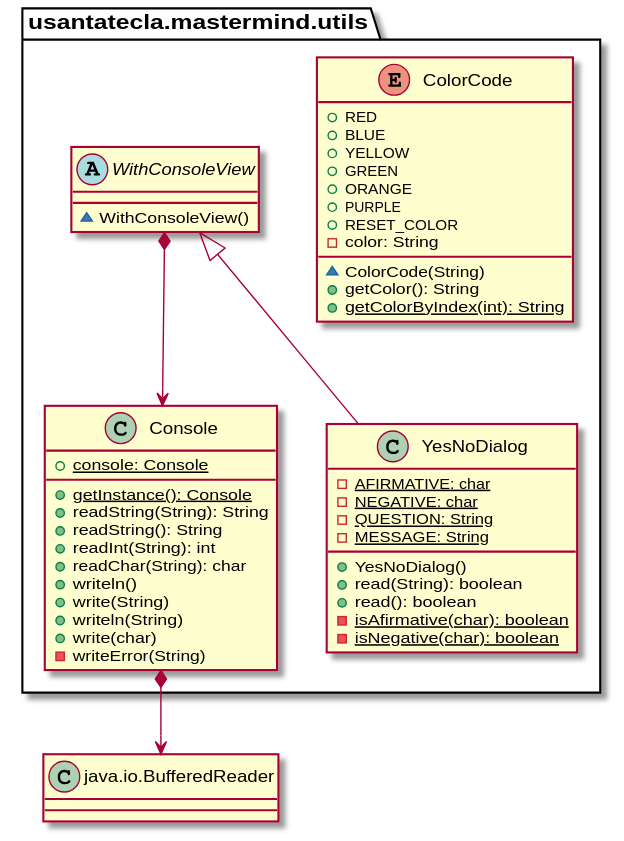
SantaTecla-mastermind/solution.java.swing.socket.sql keeps this PlantUML diagram as documentView/withFactoryMethod/docs/diagrams/out/paquetes/usantatecla.mastermind.utils.svg. Above is the earlier version. Its diagram source:
```plantuml
@startuml
class BufferedReader as "java.io.BufferedReader"{}

enum usantatecla.mastermind.utils.ColorCode{
+ RED
+ BLUE
+ YELLOW
+ GREEN
+ ORANGE
+ PURPLE
+ RESET_COLOR
- color: String
~ ColorCode(String)
+ getColor(): String
+ {static} getColorByIndex(int): String
}

class  usantatecla.mastermind.utils.Console{
+ {static} console: Console
+ {static} getInstance(): Console
+ readString(String): String
+ readString(): String
+ readInt(String): int
+ readChar(String): char
+ writeln()
+ write(String)
+ writeln(String)
+ write(char)
- writeError(String)
}
usantatecla.mastermind.utils.Console *-down-> BufferedReader

abstract class usantatecla.mastermind.utils.WithConsoleView{
~ WithConsoleView()
}
usantatecla.mastermind.utils.WithConsoleView *-down-> usantatecla.mastermind.utils.Console

class  usantatecla.mastermind.utils.YesNoDialog{
- {static} AFIRMATIVE: char
- {static} NEGATIVE: char
- {static} QUESTION: String
- {static} MESSAGE: String
+ YesNoDialog()
+ read(String): boolean
+ read(): boolean
- {static} isAfirmative(char): boolean
- {static} isNegative(char): boolean
}
usantatecla.mastermind.utils.WithConsoleView <|-down- usantatecla.mastermind.utils.YesNoDialog
@enduml
```
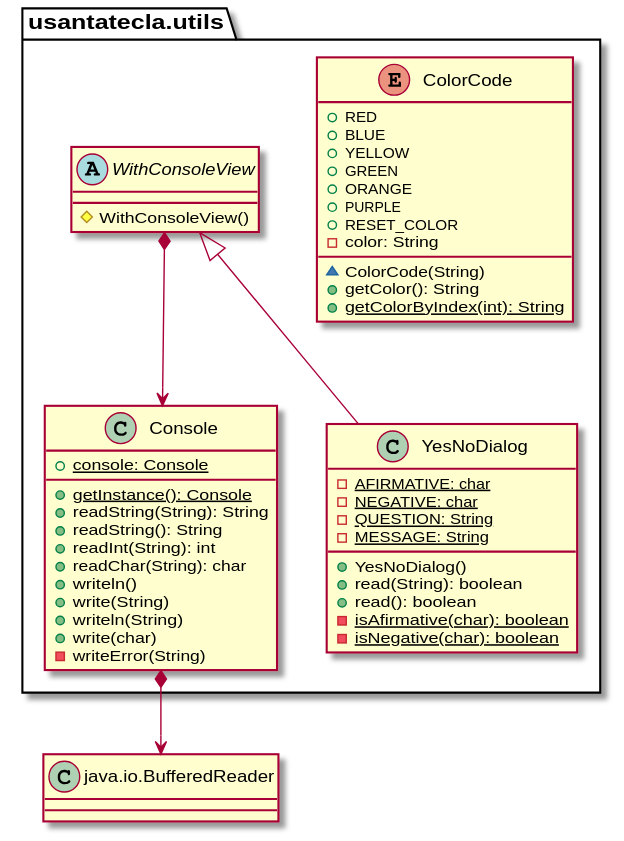
After the change.

Change to the diagram source:
```diff
@@ -1,7 +1,7 @@
 @startuml
 class BufferedReader as "java.io.BufferedReader"{}
 
-enum usantatecla.mastermind.utils.ColorCode{
+enum usantatecla.utils.ColorCode{
 + RED
 + BLUE
 + YELLOW
@@ -15,7 +15,7 @@
 + {static} getColorByIndex(int): String
 }
 
-class  usantatecla.mastermind.utils.Console{
+class  usantatecla.utils.Console{
 + {static} console: Console
 + {static} getInstance(): Console
 + readString(String): String
@@ -28,14 +28,14 @@
 + write(char)
 - writeError(String)
 }
-usantatecla.mastermind.utils.Console *-down-> BufferedReader
+usantatecla.utils.Console *-down-> BufferedReader
 
-abstract class usantatecla.mastermind.utils.WithConsoleView{
-~ WithConsoleView()
+abstract class usantatecla.utils.WithConsoleView{
+# WithConsoleView()
 }
-usantatecla.mastermind.utils.WithConsoleView *-down-> usantatecla.mastermind.utils.Console
+usantatecla.utils.WithConsoleView *-down-> usantatecla.utils.Console
 
-class  usantatecla.mastermind.utils.YesNoDialog{
+class  usantatecla.utils.YesNoDialog{
 - {static} AFIRMATIVE: char
 - {static} NEGATIVE: char
 - {static} QUESTION: String
@@ -46,5 +46,5 @@
 - {static} isAfirmative(char): boolean
 - {static} isNegative(char): boolean
 }
-usantatecla.mastermind.utils.WithConsoleView <|-down- usantatecla.mastermind.utils.YesNoDialog
+usantatecla.utils.WithConsoleView <|-down- usantatecla.utils.YesNoDialog
 @enduml
```
